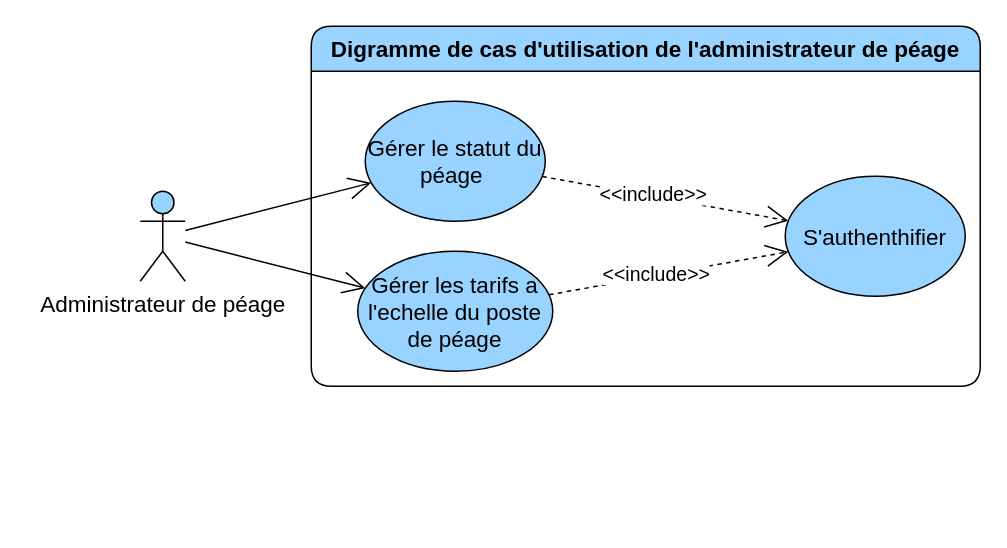
Before: page "general" (1 of 4) of diagrams/use-case/administrateur-de-peage.drawio in devlotfi/peage-pay, a draw.io diagram. Source tidied: cells renumbered, new cells numbered last; positions are measured from the earlier drawing's top-left corner, leaving out a move shared by most shapes. Both pictures are drawn from the tidied source at 150%, with x=0, y=0 at pixel (140, 26).
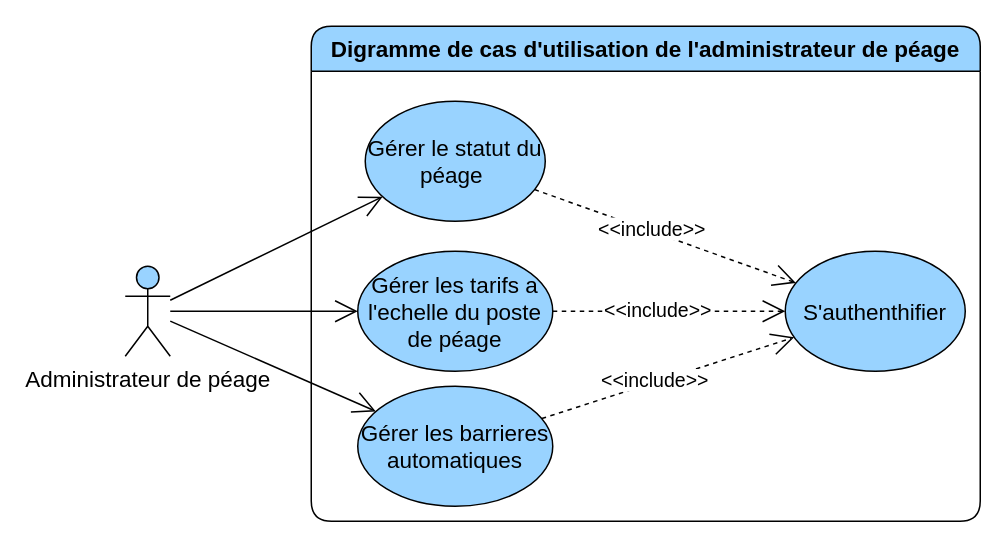
The same diagram, later.

Diff of the diagram source:
```diff
@@
 <mxGraphModel>
   <root>
     <mxCell id="0" />
     <mxCell id="1" parent="0" />
     <mxCell id="2" value="Digramme de cas d'utilisation de l'administrateur de péage" style="swimlane;whiteSpace=wrap;html=1;rounded=1;fillColor=#99D3FF;fontSize=15;startSize=30;" parent="1" vertex="1">
-      <mxGeometry x="114" width="446" height="240" as="geometry" />
+      <mxGeometry x="114" width="446" height="330" as="geometry" />
     </mxCell>
     <mxCell id="3" value="S'authenthifier" style="ellipse;whiteSpace=wrap;html=1;strokeColor=default;align=center;verticalAlign=middle;fontFamily=Helvetica;fontSize=15;fontColor=default;fillColor=#99D3FF;" parent="2" vertex="1">
-      <mxGeometry x="316" y="100" width="120" height="80" as="geometry" />
+      <mxGeometry x="316" y="150" width="120" height="80" as="geometry" />
     </mxCell>
     <mxCell id="4" value="Gérer le statut du péage&amp;nbsp;" style="ellipse;whiteSpace=wrap;html=1;strokeColor=default;align=center;verticalAlign=middle;fontFamily=Helvetica;fontSize=15;fontColor=default;fillColor=#99D3FF;" parent="2" vertex="1">
       <mxGeometry x="36" y="50" width="120" height="80" as="geometry" />
     </mxCell>
     <mxCell id="5" style="edgeStyle=none;rounded=0;jettySize=auto;html=1;strokeColor=default;align=center;verticalAlign=middle;fontFamily=Helvetica;fontSize=15;fontColor=default;labelBackgroundColor=default;startSize=6;endArrow=open;endFill=0;endSize=13;dashed=1;" parent="2" edge="1" source="4" target="3">
       <mxGeometry relative="1" as="geometry" />
     </mxCell>
     <mxCell id="6" value="&amp;lt;&amp;lt;include&amp;gt;&amp;gt;" style="edgeLabel;html=1;align=center;verticalAlign=middle;strokeColor=default;fontFamily=Helvetica;fontSize=13;fontColor=default;labelBackgroundColor=default;fillColor=#99D3FF;" parent="5" vertex="1">
       <mxGeometry x="-0.11" y="2" relative="1" as="geometry" />
     </mxCell>
     <mxCell id="7" value="Gérer les tarifs a l'echelle du poste de péage" style="ellipse;whiteSpace=wrap;html=1;strokeColor=default;align=center;verticalAlign=middle;fontFamily=Helvetica;fontSize=15;fontColor=default;fillColor=#99D3FF;" parent="2" vertex="1">
       <mxGeometry x="31" y="150" width="130" height="80" as="geometry" />
     </mxCell>
     <mxCell id="8" style="edgeStyle=none;rounded=0;jettySize=auto;html=1;strokeColor=default;align=center;verticalAlign=middle;fontFamily=Helvetica;fontSize=15;fontColor=default;labelBackgroundColor=default;startSize=6;endArrow=open;endFill=0;endSize=13;dashed=1;" parent="2" edge="1" source="7" target="3">
       <mxGeometry relative="1" as="geometry" />
     </mxCell>
     <mxCell id="9" value="&amp;lt;&amp;lt;include&amp;gt;&amp;gt;" style="edgeLabel;html=1;align=center;verticalAlign=middle;strokeColor=default;fontFamily=Helvetica;fontSize=13;fontColor=default;labelBackgroundColor=default;fillColor=#99D3FF;" parent="8" vertex="1">
       <mxGeometry x="-0.11" y="2" relative="1" as="geometry" />
     </mxCell>
+    <mxCell id="13" value="Gérer les barrieres automatiques" style="ellipse;whiteSpace=wrap;html=1;strokeColor=default;align=center;verticalAlign=middle;fontFamily=Helvetica;fontSize=15;fontColor=default;fillColor=#99D3FF;" parent="2" vertex="1">
+      <mxGeometry x="31" y="240" width="130" height="80" as="geometry" />
+    </mxCell>
+    <mxCell id="14" style="edgeStyle=none;rounded=0;jettySize=auto;html=1;strokeColor=default;align=center;verticalAlign=middle;fontFamily=Helvetica;fontSize=15;fontColor=default;labelBackgroundColor=default;startSize=6;endArrow=open;endFill=0;endSize=13;dashed=1;" parent="2" edge="1" source="13" target="3">
+      <mxGeometry relative="1" as="geometry" />
+    </mxCell>
+    <mxCell id="15" value="&amp;lt;&amp;lt;include&amp;gt;&amp;gt;" style="edgeLabel;html=1;align=center;verticalAlign=middle;strokeColor=default;fontFamily=Helvetica;fontSize=13;fontColor=default;labelBackgroundColor=default;fillColor=#99D3FF;" parent="14" vertex="1">
+      <mxGeometry x="-0.11" y="2" relative="1" as="geometry" />
+    </mxCell>
     <mxCell id="10" value="Administrateur&amp;nbsp;de péage" style="shape=umlActor;verticalLabelPosition=bottom;verticalAlign=top;html=1;outlineConnect=0;strokeColor=default;align=center;fontFamily=Helvetica;fontSize=15;fontColor=default;fillColor=#99D3FF;" parent="1" vertex="1">
-      <mxGeometry y="110" width="30" height="60" as="geometry" />
+      <mxGeometry x="-10" y="160" width="30" height="60" as="geometry" />
     </mxCell>
     <mxCell id="11" style="rounded=0;jettySize=auto;html=1;fontFamily=Helvetica;fontSize=15;fontColor=default;endArrow=open;endFill=0;startSize=6;endSize=13;" parent="1" edge="1" source="10" target="4">
       <mxGeometry relative="1" as="geometry" />
     </mxCell>
     <mxCell id="12" style="rounded=0;jettySize=auto;html=1;fontFamily=Helvetica;fontSize=15;fontColor=default;endArrow=open;endFill=0;startSize=6;endSize=13;" parent="1" edge="1" source="10" target="7">
       <mxGeometry relative="1" as="geometry" />
     </mxCell>
+    <mxCell id="16" style="rounded=0;jettySize=auto;html=1;fontFamily=Helvetica;fontSize=15;fontColor=default;endArrow=open;endFill=0;startSize=6;endSize=13;" parent="1" edge="1" source="10" target="13">
+      <mxGeometry relative="1" as="geometry" />
+    </mxCell>
   </root>
 </mxGraphModel>
```
